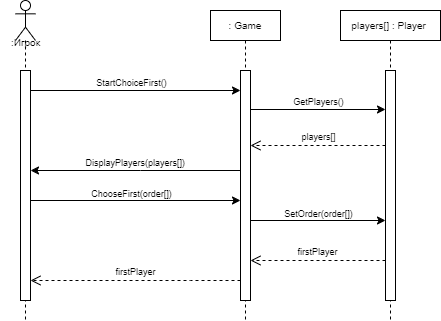
The draw.io diagram images/lab4_3.png in katefomkina/sea-battle, before a commit. Source tidied: cells renumbered, new cells last; positions are measured from the earlier drawing's top-left corner, leaving out a move shared by most shapes.
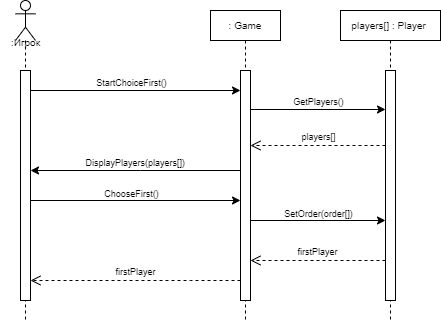
Above is the later version.

Diff of the diagram source:
```diff
@@ -37,7 +37,7 @@
         <mxPoint x="240" y="200" as="targetPoint" />
       </mxGeometry>
     </mxCell>
-    <mxCell id="10" value="&lt;font style=&quot;font-size: 9px;&quot;&gt;ChooseFirst(order[])&lt;/font&gt;" style="edgeLabel;html=1;align=center;verticalAlign=middle;" parent="9" vertex="1">
+    <mxCell id="10" value="&lt;font style=&quot;font-size: 9px;&quot;&gt;ChooseFirst()&lt;/font&gt;" style="edgeLabel;html=1;align=center;verticalAlign=middle;" parent="9" vertex="1">
       <mxGeometry x="0.17" y="1" relative="1" as="geometry">
         <mxPoint x="-23" y="-7" as="offset" />
       </mxGeometry>
```
